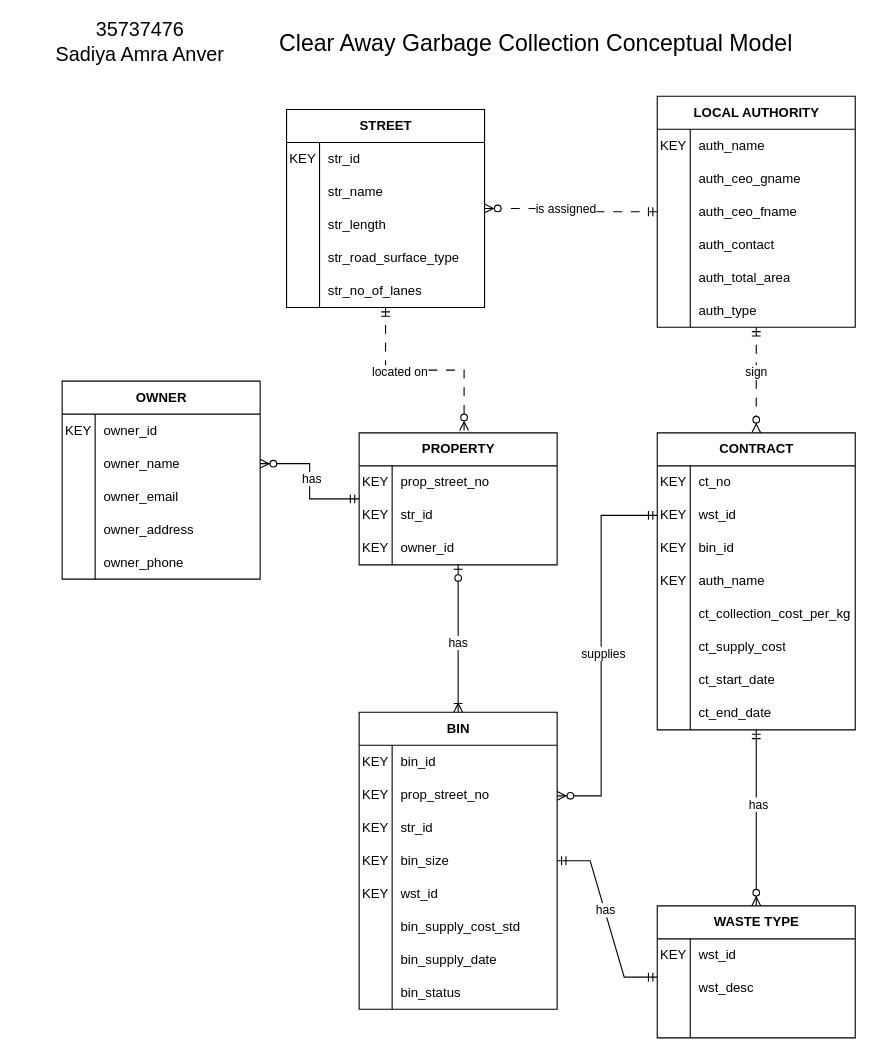
Before: page "Non-key attributes" (3 of 3) of Assignments/Ass1/ca_conceptual.drawio in aanv0002/bigrig-movers-sql-database, a draw.io diagram. Source tidied: cells renumbered, new cells numbered last; positions are measured from the earlier drawing's top-left corner, leaving out a move shared by most shapes. Both pictures are drawn from the tidied source at 110%, with x=0, y=0 at pixel (19, 25).
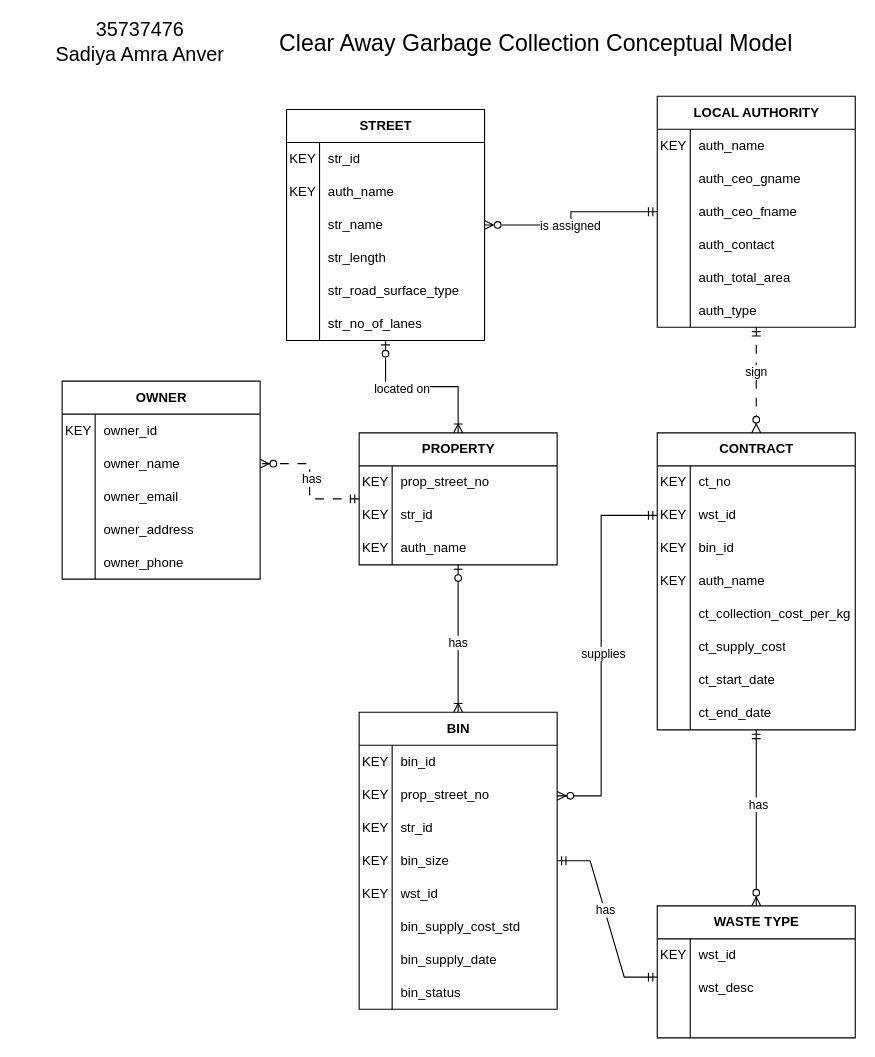
Above is the later version.

The change refers to these unchanged cells:
```xml
<mxCell id="2" value="LOCAL AUTHORITY" style="shape=table;startSize=30;childLayout=tableLayout;rowLines=0;fontStyle=1;align=center;html=1;" parent="1" vertex="1">
  <mxGeometry x="580" y="64" width="180" height="210" as="geometry" />
</mxCell>
<mxCell id="21" value="PROPERTY" style="shape=table;startSize=30;childLayout=tableLayout;rowLines=0;fontStyle=1;align=center;html=1;" parent="1" vertex="1">
  <mxGeometry x="309" y="370" width="180" height="120" as="geometry" />
</mxCell>
<mxCell id="35" style="shape=tableRow;horizontal=0;startSize=0;swimlaneHead=0;swimlaneBody=0;fillColor=none;points=[[0,0.5],[1,0.5]];portConstraint=eastwest;top=0;left=0;right=0;bottom=0;" parent="31" vertex="1">
  <mxGeometry y="60" width="180" height="30" as="geometry" />
</mxCell>
<mxCell id="51" style="shape=tableRow;horizontal=0;startSize=0;swimlaneHead=0;swimlaneBody=0;fillColor=none;top=0;left=0;right=0;bottom=0;" parent="47" vertex="1">
  <mxGeometry y="60" width="180" height="30" as="geometry" />
</mxCell>
```

Change to the diagram source:
```diff
@@
-    <mxCell id="28" style="shape=tableRow;horizontal=0;startSize=0;swimlaneHead=0;swimlaneBody=0;fillColor=none;top=0;left=0;right=0;bottom=0;" parent="21" vertex="1">
-      <mxGeometry y="90" width="180" height="30" as="geometry" />
-    </mxCell>
+    <mxCell id="141" style="shape=tableRow;horizontal=0;startSize=0;swimlaneHead=0;swimlaneBody=0;fillColor=none;top=0;left=0;right=0;bottom=0;" parent="21" vertex="1">
+      <mxGeometry y="90" width="180" height="30" as="geometry" />
+    </mxCell>
-    <mxCell id="29" value="KEY" style="shape=partialRectangle;fillColor=none;top=0;left=0;bottom=0;right=0;overflow=hidden;whiteSpace=wrap;html=1;" parent="28" vertex="1">
+    <mxCell id="29" value="KEY" style="shape=partialRectangle;fillColor=none;top=0;left=0;bottom=0;right=0;overflow=hidden;whiteSpace=wrap;html=1;" parent="141" vertex="1">
       <mxGeometry width="30" height="30" as="geometry" />
     </mxCell>
-    <mxCell id="30" value="owner_id" style="shape=partialRectangle;fillColor=none;top=0;left=0;bottom=0;right=0;align=left;spacingLeft=6;overflow=hidden;whiteSpace=wrap;html=1;" parent="28" vertex="1">
-      <mxGeometry x="30" width="150" height="30" as="geometry" />
-    </mxCell>
+    <mxCell id="142" value="auth_name" style="shape=partialRectangle;fillColor=none;top=0;left=0;bottom=0;right=0;align=left;spacingLeft=6;overflow=hidden;whiteSpace=wrap;html=1;" parent="141" vertex="1">
+      <mxGeometry x="30" width="150" height="30" as="geometry" />
+    </mxCell>
@@
     <mxCell id="47" value="STREET" style="shape=table;startSize=30;childLayout=tableLayout;rowLines=0;fontStyle=1;align=center;html=1;" parent="1" vertex="1">
-      <mxGeometry x="243" y="76" width="180" height="180" as="geometry" />
+      <mxGeometry x="243" y="76" width="180" height="210" as="geometry" />
     </mxCell>
@@
-    <mxCell id="52" style="shape=partialRectangle;fillColor=none;top=0;left=0;bottom=0;right=0;overflow=hidden;whiteSpace=wrap;html=1;" parent="51" vertex="1">
+    <mxCell id="52" value="KEY" style="shape=partialRectangle;fillColor=none;top=0;left=0;bottom=0;right=0;overflow=hidden;whiteSpace=wrap;html=1;" parent="51" vertex="1">
       <mxGeometry width="30" height="30" as="geometry" />
     </mxCell>
-    <mxCell id="53" value="str_name" style="shape=partialRectangle;fillColor=none;top=0;left=0;bottom=0;right=0;align=left;spacingLeft=6;overflow=hidden;whiteSpace=wrap;html=1;" parent="51" vertex="1">
+    <mxCell id="53" value="auth_name" style="shape=partialRectangle;fillColor=none;top=0;left=0;bottom=0;right=0;align=left;spacingLeft=6;overflow=hidden;whiteSpace=wrap;html=1;" parent="51" vertex="1">
       <mxGeometry x="30" width="150" height="30" as="geometry" />
     </mxCell>
-    <mxCell id="54" style="shape=tableRow;horizontal=0;startSize=0;swimlaneHead=0;swimlaneBody=0;fillColor=none;top=0;left=0;right=0;bottom=0;" parent="47" vertex="1">
-      <mxGeometry y="90" width="180" height="30" as="geometry" />
-    </mxCell>
-    <mxCell id="55" style="shape=partialRectangle;fillColor=none;top=0;left=0;bottom=0;right=0;overflow=hidden;whiteSpace=wrap;html=1;" parent="54" vertex="1">
-      <mxGeometry width="30" height="30" as="geometry" />
-    </mxCell>
+    <mxCell id="143" style="shape=tableRow;horizontal=0;startSize=0;swimlaneHead=0;swimlaneBody=0;fillColor=none;top=0;left=0;right=0;bottom=0;" parent="47" vertex="1">
+      <mxGeometry y="90" width="180" height="30" as="geometry" />
+    </mxCell>
+    <mxCell id="144" style="shape=partialRectangle;fillColor=none;top=0;left=0;bottom=0;right=0;overflow=hidden;whiteSpace=wrap;html=1;" parent="143" vertex="1">
+      <mxGeometry width="30" height="30" as="geometry" />
+    </mxCell>
+    <mxCell id="145" value="str_name" style="shape=partialRectangle;fillColor=none;top=0;left=0;bottom=0;right=0;align=left;spacingLeft=6;overflow=hidden;whiteSpace=wrap;html=1;" parent="143" vertex="1">
+      <mxGeometry x="30" width="150" height="30" as="geometry" />
+    </mxCell>
+    <mxCell id="57" style="shape=tableRow;horizontal=0;startSize=0;swimlaneHead=0;swimlaneBody=0;fillColor=none;top=0;left=0;right=0;bottom=0;" parent="47" vertex="1">
+      <mxGeometry y="120" width="180" height="30" as="geometry" />
+    </mxCell>
+    <mxCell id="146" style="shape=partialRectangle;fillColor=none;top=0;left=0;bottom=0;right=0;overflow=hidden;whiteSpace=wrap;html=1;" parent="57" vertex="1">
+      <mxGeometry width="30" height="30" as="geometry" />
+    </mxCell>
-    <mxCell id="56" value="str_length" style="shape=partialRectangle;fillColor=none;top=0;left=0;bottom=0;right=0;align=left;spacingLeft=6;overflow=hidden;whiteSpace=wrap;html=1;" parent="54" vertex="1">
+    <mxCell id="56" value="str_length" style="shape=partialRectangle;fillColor=none;top=0;left=0;bottom=0;right=0;align=left;spacingLeft=6;overflow=hidden;whiteSpace=wrap;html=1;" parent="57" vertex="1">
       <mxGeometry x="30" width="150" height="30" as="geometry" />
     </mxCell>
-    <mxCell id="57" style="shape=tableRow;horizontal=0;startSize=0;swimlaneHead=0;swimlaneBody=0;fillColor=none;top=0;left=0;right=0;bottom=0;" parent="47" vertex="1">
-      <mxGeometry y="120" width="180" height="30" as="geometry" />
-    </mxCell>
-    <mxCell id="58" style="shape=partialRectangle;fillColor=none;top=0;left=0;bottom=0;right=0;overflow=hidden;whiteSpace=wrap;html=1;" parent="57" vertex="1">
-      <mxGeometry width="30" height="30" as="geometry" />
-    </mxCell>
+    <mxCell id="60" style="shape=tableRow;horizontal=0;startSize=0;swimlaneHead=0;swimlaneBody=0;fillColor=none;top=0;left=0;right=0;bottom=0;" parent="47" vertex="1">
+      <mxGeometry y="150" width="180" height="30" as="geometry" />
+    </mxCell>
+    <mxCell id="147" style="shape=partialRectangle;fillColor=none;top=0;left=0;bottom=0;right=0;overflow=hidden;whiteSpace=wrap;html=1;" parent="60" vertex="1">
+      <mxGeometry width="30" height="30" as="geometry" />
+    </mxCell>
-    <mxCell id="59" value="str_road_surface_type" style="shape=partialRectangle;fillColor=none;top=0;left=0;bottom=0;right=0;align=left;spacingLeft=6;overflow=hidden;whiteSpace=wrap;html=1;" parent="57" vertex="1">
+    <mxCell id="59" value="str_road_surface_type" style="shape=partialRectangle;fillColor=none;top=0;left=0;bottom=0;right=0;align=left;spacingLeft=6;overflow=hidden;whiteSpace=wrap;html=1;" parent="60" vertex="1">
       <mxGeometry x="30" width="150" height="30" as="geometry" />
     </mxCell>
-    <mxCell id="60" style="shape=tableRow;horizontal=0;startSize=0;swimlaneHead=0;swimlaneBody=0;fillColor=none;top=0;left=0;right=0;bottom=0;" parent="47" vertex="1">
-      <mxGeometry y="150" width="180" height="30" as="geometry" />
-    </mxCell>
-    <mxCell id="61" style="shape=partialRectangle;fillColor=none;top=0;left=0;bottom=0;right=0;overflow=hidden;whiteSpace=wrap;html=1;" parent="60" vertex="1">
-      <mxGeometry width="30" height="30" as="geometry" />
-    </mxCell>
+    <mxCell id="148" style="shape=tableRow;horizontal=0;startSize=0;swimlaneHead=0;swimlaneBody=0;fillColor=none;top=0;left=0;right=0;bottom=0;" parent="47" vertex="1">
+      <mxGeometry y="180" width="180" height="30" as="geometry" />
+    </mxCell>
+    <mxCell id="149" style="shape=partialRectangle;fillColor=none;top=0;left=0;bottom=0;right=0;overflow=hidden;whiteSpace=wrap;html=1;" parent="148" vertex="1">
+      <mxGeometry width="30" height="30" as="geometry" />
+    </mxCell>
-    <mxCell id="62" value="str_no_of_lanes" style="shape=partialRectangle;fillColor=none;top=0;left=0;bottom=0;right=0;align=left;spacingLeft=6;overflow=hidden;whiteSpace=wrap;html=1;" parent="60" vertex="1">
+    <mxCell id="62" value="str_no_of_lanes" style="shape=partialRectangle;fillColor=none;top=0;left=0;bottom=0;right=0;align=left;spacingLeft=6;overflow=hidden;whiteSpace=wrap;html=1;" parent="148" vertex="1">
       <mxGeometry x="30" width="150" height="30" as="geometry" />
     </mxCell>
@@
-    <mxCell id="123" style="edgeStyle=orthogonalEdgeStyle;fontSize=12;html=1;endArrow=ERzeroToMany;startArrow=ERmandOne;rounded=0;endFill=0;dashed=1;dashPattern=8 8;" parent="1" edge="1" source="2" target="47">
+    <mxCell id="123" style="edgeStyle=orthogonalEdgeStyle;fontSize=12;html=1;endArrow=ERzeroToMany;startArrow=ERmandOne;rounded=0;endFill=0;" parent="1" edge="1" source="2" target="47">
       <mxGeometry relative="1" as="geometry" />
     </mxCell>
@@
-    <mxCell id="127" style="edgeStyle=orthogonalEdgeStyle;fontSize=12;html=1;endArrow=ERzeroToMany;startArrow=ERmandOne;rounded=0;" parent="1" edge="1" source="21" target="35">
+    <mxCell id="127" style="edgeStyle=orthogonalEdgeStyle;fontSize=12;html=1;endArrow=ERzeroToMany;startArrow=ERmandOne;rounded=0;dashed=1;dashPattern=8 8;" parent="1" edge="1" source="21" target="35">
       <mxGeometry relative="1" as="geometry" />
     </mxCell>
@@
-    <mxCell id="129" style="edgeStyle=orthogonalEdgeStyle;fontSize=12;html=1;endArrow=ERzeroToMany;startArrow=ERmandOne;rounded=0;entryX=0.53;entryY=-0.017;entryDx=0;entryDy=0;entryPerimeter=0;dashed=1;dashPattern=8 8;" parent="1" edge="1" source="47" target="21">
+    <mxCell id="129" style="edgeStyle=orthogonalEdgeStyle;fontSize=12;html=1;endArrow=ERoneToMany;startArrow=ERzeroToOne;rounded=0;startFill=0;endFill=0;" parent="1" edge="1" source="47" target="21">
       <mxGeometry relative="1" as="geometry" />
     </mxCell>
```
